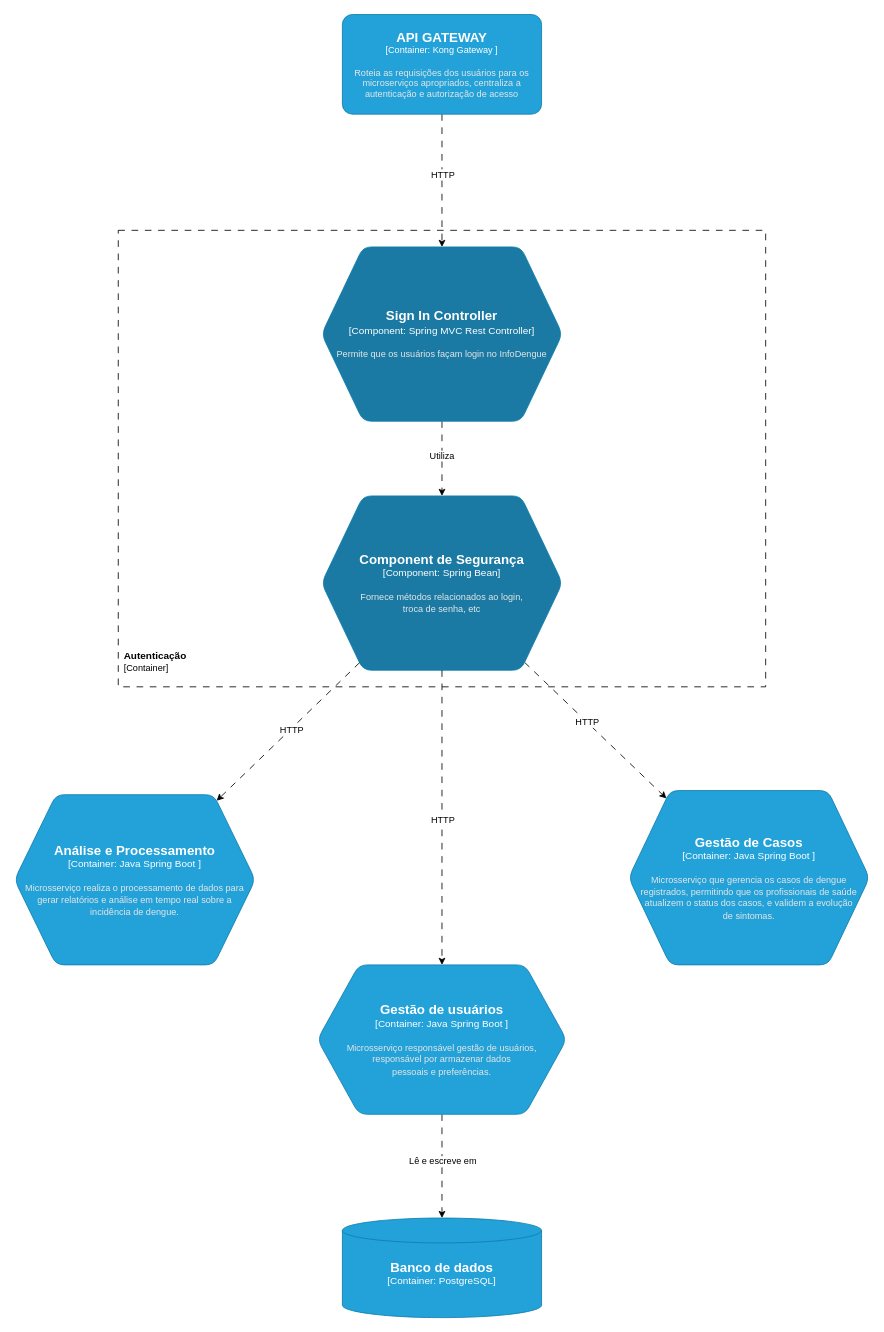
Earlier version of the draw.io diagram diagramas/c4/componentes/C4-componente-autenticacao.drawio (gilmarUFG/ds_20242_g6). Source tidied: cells renumbered, new cells numbered last; positions are measured from the earlier drawing's top-left corner, leaving out a move shared by most shapes. Both pictures are drawn from the tidied source at 83%, with x=0, y=0 at pixel (14, 14).
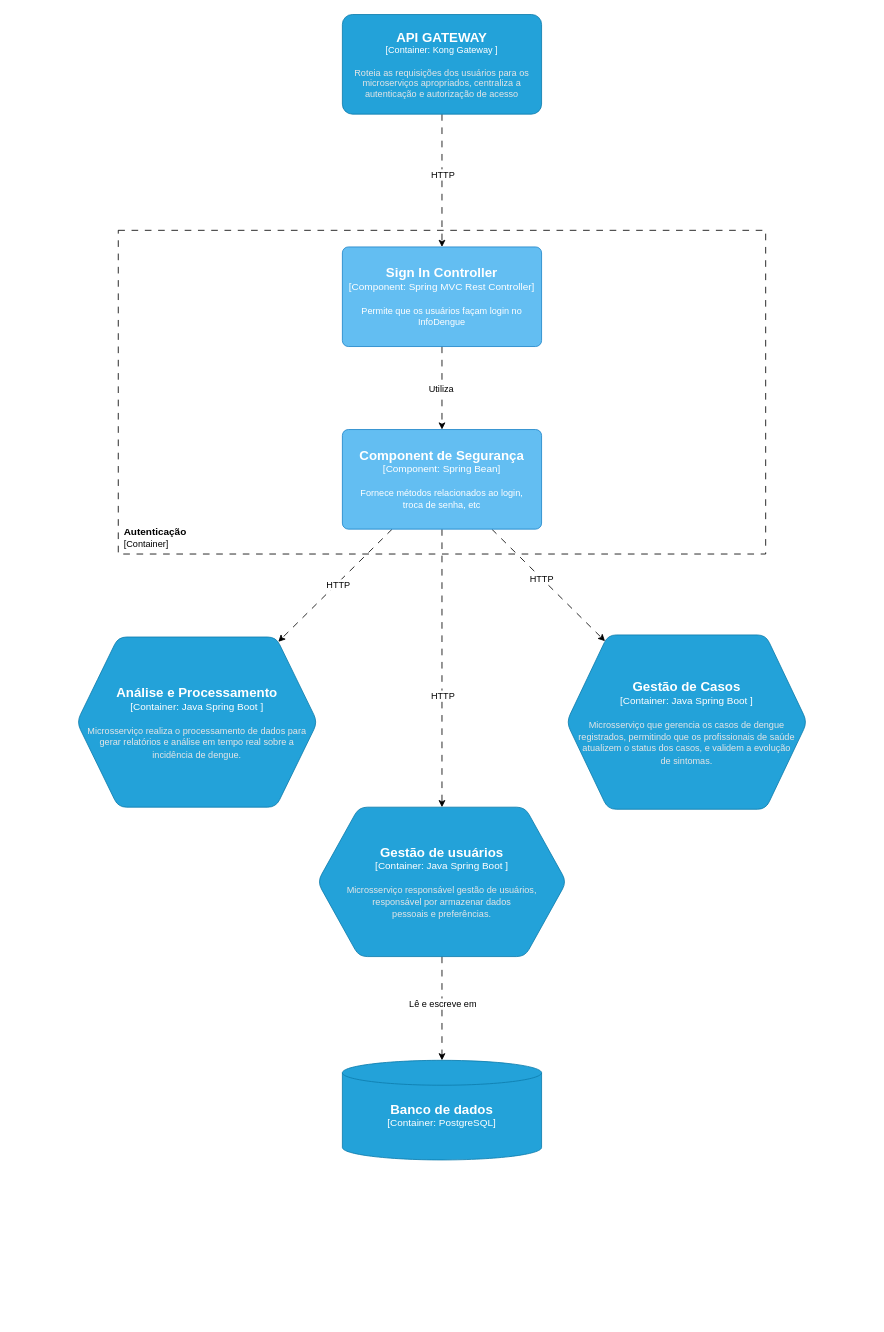
Above is the later version.

The change refers to these unchanged cells:
```xml
<object id="5" label="&lt;font style=&quot;font-size: 16px&quot;&gt;&lt;b&gt;%c4Name%&lt;/b&gt;&lt;/font&gt;&lt;div&gt;[%c4Type%: %c4Technology%]&lt;/div&gt;&lt;br&gt;&lt;div&gt;&lt;font style=&quot;font-size: 11px&quot;&gt;&lt;font color=&quot;#E6E6E6&quot;&gt;%c4Description%&lt;/font&gt;&lt;/div&gt;" c4Description="Roteia as requisições dos usuários para os microserviços apropriados, centraliza a autenticação e autorização de acesso" c4Name="API GATEWAY" c4Technology="Kong Gateway " c4Type="Container" placeholders="1">
  <mxCell style="rounded=1;whiteSpace=wrap;html=1;fontSize=11;labelBackgroundColor=none;fillColor=#23A2D9;fontColor=#ffffff;align=center;arcSize=10;strokeColor=#0E7DAD;points=[[0.25,0,0],[0.5,0,0],[0.75,0,0],[1,0.25,0],[1,0.5,0],[1,0.75,0],[0.75,1,0],[0.5,1,0],[0.25,1,0],[0,0.75,0],[0,0.5,0],[0,0.25,0]];" parent="1" vertex="1">
    <mxGeometry x="395" width="240" height="120" as="geometry" />
  </mxCell>
</object>
```

What changed in the source:
```diff
@@
+    <mxCell id="23" style="group;" parent="1" vertex="1">
+      <mxGeometry x="125" y="260" width="780" height="390" as="geometry" />
+    </mxCell>
-    <mxCell id="2" style="rounded=0;whiteSpace=wrap;html=1;fillColor=none;dashed=1;dashPattern=8 8;" parent="1" vertex="1">
-      <mxGeometry x="125" y="260" width="780" height="550" as="geometry" />
+    <mxCell id="2" style="rounded=0;whiteSpace=wrap;html=1;fillColor=none;dashed=1;dashPattern=8 8;" parent="23" vertex="1">
+      <mxGeometry width="780" height="390" as="geometry" />
     </mxCell>
+    <mxCell id="12" value="&lt;b&gt;Autenticação&lt;/b&gt;&lt;div&gt;&lt;font style=&quot;font-size: 11px;&quot;&gt;[Container]&lt;/font&gt;&lt;/div&gt;" style="text;html=1;align=left;verticalAlign=middle;whiteSpace=wrap;rounded=0;" parent="23" vertex="1">
+      <mxGeometry x="5" y="350" width="85" height="40" as="geometry" />
+    </mxCell>
-    <mxCell id="3" style="edgeStyle=orthogonalEdgeStyle;rounded=0;jettySize=auto;html=1;dashed=1;dashPattern=8 8;" parent="1" edge="1" source="5" target="8">
+    <mxCell id="3" style="edgeStyle=orthogonalEdgeStyle;rounded=0;jettySize=auto;html=1;dashed=1;dashPattern=8 8;entryX=0.5;entryY=0;entryDx=0;entryDy=0;entryPerimeter=0;" parent="1" edge="1" source="5" target="8">
       <mxGeometry relative="1" as="geometry" />
     </mxCell>
@@
-    <mxCell id="6" style="edgeStyle=orthogonalEdgeStyle;rounded=0;jettySize=auto;html=1;dashed=1;dashPattern=8 8;" parent="1" edge="1" source="8" target="11">
-      <mxGeometry relative="1" as="geometry" />
-    </mxCell>
-    <mxCell id="7" value="Utiliza" style="edgeLabel;html=1;align=center;verticalAlign=middle;" parent="6" vertex="1">
-      <mxGeometry x="-0.1" y="-1" relative="1" as="geometry" />
-    </mxCell>
-    <object id="8" label="&lt;font style=&quot;font-size: 16px&quot;&gt;&lt;b&gt;%c4Name%&lt;/b&gt;&lt;/font&gt;&lt;div&gt;[%c4Type%:&amp;nbsp;%c4Technology%]&lt;/div&gt;&lt;br&gt;&lt;div&gt;&lt;font style=&quot;font-size: 11px&quot;&gt;&lt;font color=&quot;#E6E6E6&quot;&gt;%c4Description%&lt;/font&gt;&lt;/div&gt;" c4Description="Permite que os usuários façam login no InfoDengue" c4Name="Sign In Controller" c4Technology="Spring MVC Rest Controller" c4Type="Component" placeholders="1">
-      <mxCell style="shape=hexagon;size=50;perimeter=hexagonPerimeter2;whiteSpace=wrap;html=1;fixedSize=1;rounded=1;labelBackgroundColor=none;fillColor=#1A7AA3;fontSize=12;fontColor=#ffffff;align=center;strokeColor=#0E7DAD;points=[[0.5,0,0],[1,0.25,0],[1,0.5,0],[1,0.75,0],[0.5,1,0],[0,0.75,0],[0,0.5,0],[0,0.25,0]];" parent="1" vertex="1">
-        <mxGeometry x="370" y="280" width="290" height="210" as="geometry" />
-      </mxCell>
-    </object>
-    <mxCell id="9" style="rounded=0;jettySize=auto;html=1;dashed=1;dashPattern=8 8;" parent="1" edge="1" source="11" target="18">
+    <mxCell id="9" style="rounded=0;jettySize=auto;html=1;dashed=1;dashPattern=8 8;exitX=0.75;exitY=1;exitDx=0;exitDy=0;exitPerimeter=0;" parent="1" edge="1" source="11" target="18">
       <mxGeometry relative="1" as="geometry" />
     </mxCell>
@@
-    <object id="11" label="&lt;font style=&quot;font-size: 16px&quot;&gt;&lt;b&gt;%c4Name%&lt;/b&gt;&lt;/font&gt;&lt;div&gt;[%c4Type%:&amp;nbsp;%c4Technology%]&lt;/div&gt;&lt;br&gt;&lt;div&gt;&lt;font style=&quot;font-size: 11px&quot;&gt;&lt;font color=&quot;#E6E6E6&quot;&gt;%c4Description%&lt;/font&gt;&lt;/div&gt;" c4Description="Fornece métodos relacionados ao login,&#10;troca de senha, etc" c4Name="Component de Segurança" c4Technology="Spring Bean" c4Type="Component" placeholders="1">
-      <mxCell style="shape=hexagon;size=50;perimeter=hexagonPerimeter2;whiteSpace=wrap;html=1;fixedSize=1;rounded=1;labelBackgroundColor=none;fillColor=#1A7AA3;fontSize=12;fontColor=#ffffff;align=center;strokeColor=#0E7DAD;points=[[0.5,0,0],[1,0.25,0],[1,0.5,0],[1,0.75,0],[0.5,1,0],[0,0.75,0],[0,0.5,0],[0,0.25,0]];" parent="1" vertex="1">
-        <mxGeometry x="370" y="580" width="290" height="210" as="geometry" />
-      </mxCell>
-    </object>
-    <mxCell id="12" value="&lt;b&gt;Autenticação&lt;/b&gt;&lt;div&gt;&lt;font style=&quot;font-size: 11px;&quot;&gt;[Container]&lt;/font&gt;&lt;/div&gt;" style="text;html=1;align=left;verticalAlign=middle;whiteSpace=wrap;rounded=0;" parent="1" vertex="1">
-      <mxGeometry x="130" y="760" width="85" height="40" as="geometry" />
-    </mxCell>
@@
     <object id="15" label="&lt;font style=&quot;font-size: 16px&quot;&gt;&lt;b&gt;%c4Name%&lt;/b&gt;&lt;/font&gt;&lt;div&gt;[%c4Type%:&amp;nbsp;%c4Technology%]&lt;/div&gt;&lt;br&gt;&lt;div&gt;&lt;font style=&quot;font-size: 11px&quot;&gt;&lt;font color=&quot;#E6E6E6&quot;&gt;%c4Description%&lt;/font&gt;&lt;/div&gt;" c4Description="Microsserviço responsável gestão de usuários,&#10;responsável por armazenar dados&#10;pessoais e preferências." c4Name="Gestão de usuários" c4Technology="Java Spring Boot " c4Type="Container" placeholders="1">
       <mxCell style="shape=hexagon;size=50;perimeter=hexagonPerimeter2;whiteSpace=wrap;html=1;fixedSize=1;rounded=1;labelBackgroundColor=none;fillColor=#23A2D9;fontSize=12;fontColor=#ffffff;align=center;strokeColor=#0E7DAD;points=[[0.5,0,0],[1,0.25,0],[1,0.5,0],[1,0.75,0],[0.5,1,0],[0,0.75,0],[0,0.5,0],[0,0.25,0]];direction=west;" parent="1" vertex="1">
-        <mxGeometry x="365" y="1145" width="300" height="180" as="geometry" />
+        <mxGeometry x="365" y="955" width="300" height="180" as="geometry" />
       </mxCell>
     </object>
-    <mxCell id="16" style="edgeStyle=orthogonalEdgeStyle;rounded=0;jettySize=auto;html=1;entryX=0.5;entryY=1;entryDx=0;entryDy=0;entryPerimeter=0;dashed=1;dashPattern=8 8;" parent="1" edge="1" source="11" target="15">
+    <mxCell id="16" style="edgeStyle=orthogonalEdgeStyle;rounded=0;jettySize=auto;html=1;entryX=0.5;entryY=1;entryDx=0;entryDy=0;entryPerimeter=0;dashed=1;dashPattern=8 8;exitX=0.5;exitY=1;exitDx=0;exitDy=0;exitPerimeter=0;" parent="1" edge="1" source="11" target="15">
       <mxGeometry relative="1" as="geometry" />
     </mxCell>
     <mxCell id="17" value="HTTP" style="edgeLabel;html=1;align=center;verticalAlign=middle;" parent="1" vertex="1">
-      <mxGeometry x="515" y="970" as="geometry" />
+      <mxGeometry x="515" y="820" as="geometry" />
     </mxCell>
     <object id="18" label="&lt;font style=&quot;font-size: 16px&quot;&gt;&lt;b&gt;%c4Name%&lt;/b&gt;&lt;/font&gt;&lt;div&gt;[%c4Type%:&amp;nbsp;%c4Technology%]&lt;/div&gt;&lt;br&gt;&lt;div&gt;&lt;font style=&quot;font-size: 11px&quot;&gt;&lt;font color=&quot;#E6E6E6&quot;&gt;%c4Description%&lt;/font&gt;&lt;/div&gt;" c4Description="Microsserviço que gerencia os casos de dengue registrados, permitindo que os profissionais de saúde atualizem o status dos casos, e validem a evolução&#10;de sintomas." c4Name="Gestão de Casos" c4Technology="Java Spring Boot " c4Type="Container" placeholders="1">
       <mxCell style="shape=hexagon;size=50;perimeter=hexagonPerimeter2;whiteSpace=wrap;html=1;fixedSize=1;rounded=1;labelBackgroundColor=none;fillColor=#23A2D9;fontSize=12;fontColor=#ffffff;align=center;strokeColor=#0E7DAD;points=[[0.5,0,0],[1,0.25,0],[1,0.5,0],[1,0.75,0],[0.5,1,0],[0,0.75,0],[0,0.5,0],[0,0.25,0]];" parent="1" vertex="1">
-        <mxGeometry x="740" y="935" width="290" height="210" as="geometry" />
+        <mxGeometry x="665" y="747.5" width="290" height="210" as="geometry" />
       </mxCell>
     </object>
     <object id="19" label="&lt;font style=&quot;font-size: 16px&quot;&gt;&lt;b&gt;%c4Name%&lt;/b&gt;&lt;/font&gt;&lt;div&gt;[%c4Type%:&amp;nbsp;%c4Technology%]&lt;/div&gt;&lt;br&gt;&lt;div&gt;&lt;font style=&quot;font-size: 11px&quot;&gt;&lt;font color=&quot;#E6E6E6&quot;&gt;%c4Description%&lt;/font&gt;&lt;/div&gt;" c4Description="Microsserviço realiza o processamento de dados para gerar relatórios e análise em tempo real sobre a&#10;incidência de dengue." c4Name="Análise e Processamento" c4Technology="Java Spring Boot " c4Type="Container" placeholders="1">
       <mxCell style="shape=hexagon;size=50;perimeter=hexagonPerimeter2;whiteSpace=wrap;html=1;fixedSize=1;rounded=1;labelBackgroundColor=none;fillColor=#23A2D9;fontSize=12;fontColor=#ffffff;align=center;strokeColor=#0E7DAD;points=[[0.5,0,0],[1,0.25,0],[1,0.5,0],[1,0.75,0],[0.5,1,0],[0,0.75,0],[0,0.5,0],[0,0.25,0]];" parent="1" vertex="1">
-        <mxGeometry y="940" width="290" height="205" as="geometry" />
+        <mxGeometry x="75" y="750" width="290" height="205" as="geometry" />
       </mxCell>
     </object>
-    <mxCell id="20" style="rounded=0;jettySize=auto;html=1;dashed=1;dashPattern=8 8;" parent="1" edge="1" source="11" target="19">
+    <mxCell id="20" style="rounded=0;jettySize=auto;html=1;dashed=1;dashPattern=8 8;exitX=0.25;exitY=1;exitDx=0;exitDy=0;exitPerimeter=0;" parent="1" edge="1" source="11" target="19">
       <mxGeometry relative="1" as="geometry" />
     </mxCell>
@@
     <object id="22" label="&lt;font style=&quot;font-size: 16px&quot;&gt;&lt;b&gt;%c4Name%&lt;/b&gt;&lt;/font&gt;&lt;div&gt;[%c4Type%:&amp;nbsp;%c4Technology%]&lt;/div&gt;&lt;br&gt;&lt;div&gt;&lt;font style=&quot;font-size: 11px&quot;&gt;&lt;font color=&quot;#E6E6E6&quot;&gt;%c4Description%&lt;/font&gt;&lt;/div&gt;" c4Description="" c4Name="Banco de dados" c4Technology="PostgreSQL" c4Type="Container" placeholders="1">
       <mxCell style="shape=cylinder3;size=15;whiteSpace=wrap;html=1;boundedLbl=1;rounded=0;labelBackgroundColor=none;fillColor=#23A2D9;fontSize=12;fontColor=#ffffff;align=center;strokeColor=#0E7DAD;points=[[0.5,0,0],[1,0.25,0],[1,0.5,0],[1,0.75,0],[0.5,1,0],[0,0.75,0],[0,0.5,0],[0,0.25,0]];" parent="1" vertex="1">
-        <mxGeometry x="395" y="1450" width="240" height="120" as="geometry" />
+        <mxGeometry x="395" y="1260" width="240" height="120" as="geometry" />
       </mxCell>
     </object>
+    <mxCell id="6" style="edgeStyle=orthogonalEdgeStyle;rounded=0;jettySize=auto;html=1;dashed=1;dashPattern=8 8;" parent="1" edge="1" source="8" target="11">
+      <mxGeometry relative="1" as="geometry" />
+    </mxCell>
+    <mxCell id="7" value="Utiliza" style="edgeLabel;html=1;align=center;verticalAlign=middle;" parent="6" vertex="1">
+      <mxGeometry x="-0.01" y="-2" relative="1" as="geometry" />
+    </mxCell>
+    <object id="8" label="&lt;font style=&quot;font-size: 16px&quot;&gt;&lt;b&gt;%c4Name%&lt;/b&gt;&lt;/font&gt;&lt;div&gt;[%c4Type%: %c4Technology%]&lt;/div&gt;&lt;br&gt;&lt;div&gt;&lt;font style=&quot;font-size: 11px&quot;&gt;%c4Description%&lt;/font&gt;&lt;/div&gt;" c4Description="Permite que os usuários façam login no InfoDengue" c4Name="Sign In Controller" c4Technology="Spring MVC Rest Controller" c4Type="Component" placeholders="1">
+      <mxCell style="rounded=1;whiteSpace=wrap;html=1;labelBackgroundColor=none;fillColor=#63BEF2;fontColor=#ffffff;align=center;arcSize=6;strokeColor=#2086C9;points=[[0.25,0,0],[0.5,0,0],[0.75,0,0],[1,0.25,0],[1,0.5,0],[1,0.75,0],[0.75,1,0],[0.5,1,0],[0.25,1,0],[0,0.75,0],[0,0.5,0],[0,0.25,0]];" parent="1" vertex="1">
+        <mxGeometry x="395" y="280" width="240" height="120" as="geometry" />
+      </mxCell>
+    </object>
+    <object id="11" label="&lt;font style=&quot;font-size: 16px&quot;&gt;&lt;b&gt;%c4Name%&lt;/b&gt;&lt;/font&gt;&lt;div&gt;[%c4Type%: %c4Technology%]&lt;/div&gt;&lt;br&gt;&lt;div&gt;&lt;font style=&quot;font-size: 11px&quot;&gt;%c4Description%&lt;/font&gt;&lt;/div&gt;" c4Description="Fornece métodos relacionados ao login,&#10;troca de senha, etc" c4Name="Component de Segurança" c4Technology="Spring Bean" c4Type="Component" placeholders="1">
+      <mxCell style="rounded=1;whiteSpace=wrap;html=1;labelBackgroundColor=none;fillColor=#63BEF2;fontColor=#ffffff;align=center;arcSize=6;strokeColor=#2086C9;points=[[0.25,0,0],[0.5,0,0],[0.75,0,0],[1,0.25,0],[1,0.5,0],[1,0.75,0],[0.75,1,0],[0.5,1,0],[0.25,1,0],[0,0.75,0],[0,0.5,0],[0,0.25,0]];" parent="1" vertex="1">
+        <mxGeometry x="395" y="500" width="240" height="120" as="geometry" />
+      </mxCell>
+    </object>
```
